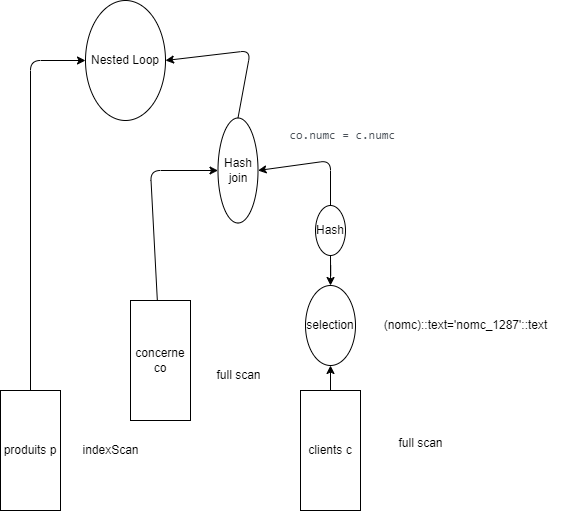
This is Exercice2/questions2_3_3_b.drawio.png from antonincacadetruire/MiniProjet, a draw.io export, as it was before one commit. Source tidied: cells renumbered, new cells last; positions are measured from the earlier drawing's top-left corner, leaving out a move shared by most shapes.
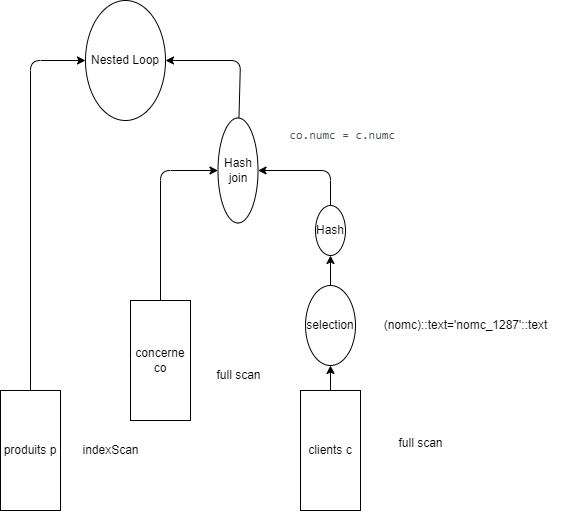
After the change.

The edit, as a diff of the source:
```diff
@@ -2,7 +2,7 @@
   <root>
     <mxCell id="0" />
     <mxCell id="1" parent="0" />
-    <mxCell id="2" style="edgeStyle=none;html=1;exitX=0;exitY=0.5;exitDx=0;exitDy=0;entryX=0.5;entryY=1;entryDx=0;entryDy=0;" parent="1" edge="1" source="3" target="16">
+    <mxCell id="2" style="edgeStyle=none;html=1;entryX=0.5;entryY=1;entryDx=0;entryDy=0;" parent="1" edge="1" source="3" target="16">
       <mxGeometry relative="1" as="geometry">
         <Array as="points">
           <mxPoint x="30" y="60" />
@@ -18,9 +18,9 @@
     <mxCell id="5" value="clients c" style="rounded=0;whiteSpace=wrap;html=1;direction=south;" parent="1" vertex="1">
       <mxGeometry x="300" y="390" width="60" height="120" as="geometry" />
     </mxCell>
-    <mxCell id="6" style="edgeStyle=orthogonalEdgeStyle;rounded=0;jettySize=auto;html=1;" parent="1" edge="1" source="10" target="7">
-      <mxGeometry relative="1" as="geometry" />
-    </mxCell>
+    <mxCell id="20" style="edgeStyle=none;html=1;" parent="1" edge="1" source="7" target="10">
+      <mxGeometry relative="1" as="geometry" />
+    </mxCell>
     <mxCell id="7" value="selection" style="ellipse;whiteSpace=wrap;html=1;direction=south;" parent="1" vertex="1">
       <mxGeometry x="305" y="285" width="50" height="80" as="geometry" />
     </mxCell>
@@ -30,7 +30,7 @@
     <mxCell id="9" style="edgeStyle=none;html=1;entryX=0.5;entryY=0;entryDx=0;entryDy=0;" parent="1" edge="1" source="10" target="15">
       <mxGeometry relative="1" as="geometry">
         <Array as="points">
-          <mxPoint x="330" y="160" />
+          <mxPoint x="330" y="170" />
         </Array>
       </mxGeometry>
     </mxCell>
@@ -40,7 +40,7 @@
     <mxCell id="11" style="edgeStyle=none;html=1;entryX=0.5;entryY=1;entryDx=0;entryDy=0;" parent="1" edge="1" source="12" target="15">
       <mxGeometry relative="1" as="geometry">
         <Array as="points">
-          <mxPoint x="150" y="170" />
+          <mxPoint x="160" y="170" />
         </Array>
       </mxGeometry>
     </mxCell>
@@ -50,10 +50,10 @@
     <mxCell id="13" value="full scan" style="text;html=1;align=center;verticalAlign=middle;strokeColor=none;fillColor=none;" parent="1" vertex="1">
       <mxGeometry x="202.5" y="360" width="70" height="30" as="geometry" />
     </mxCell>
-    <mxCell id="14" style="edgeStyle=none;html=1;exitX=0;exitY=0.5;exitDx=0;exitDy=0;entryX=0.5;entryY=0;entryDx=0;entryDy=0;" parent="1" edge="1" source="15" target="16">
+    <mxCell id="14" style="edgeStyle=none;html=1;" parent="1" edge="1" source="15" target="16">
       <mxGeometry relative="1" as="geometry">
         <Array as="points">
-          <mxPoint x="250" y="50" />
+          <mxPoint x="240" y="60" />
         </Array>
       </mxGeometry>
     </mxCell>
```
